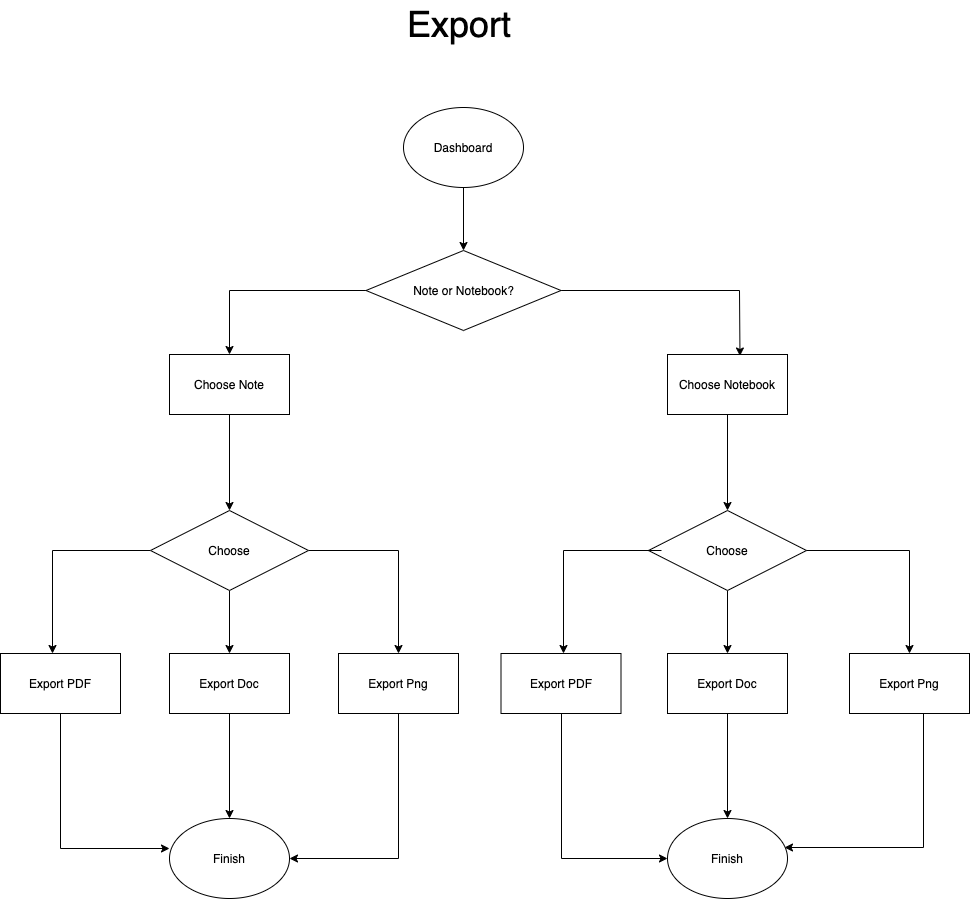
Above: images/00_ideaboard/UserFlows/Export.png in Tgitsit/Portfolio (draw.io), before the change. Source tidied: cells renumbered, new cells last; positions are measured from the earlier drawing's top-left corner, leaving out a move shared by most shapes. The source it was exported from:
```xml
<mxGraphModel>
  <root>
    <mxCell id="0" />
    <mxCell id="1" parent="0" />
    <mxCell id="2" style="edgeStyle=orthogonalEdgeStyle;rounded=0;jettySize=auto;html=1;entryX=0.5;entryY=0;entryDx=0;entryDy=0;" parent="1" edge="1" source="3">
      <mxGeometry relative="1" as="geometry">
        <mxPoint x="463" y="250" as="targetPoint" />
      </mxGeometry>
    </mxCell>
    <mxCell id="3" value="Dashboard" style="ellipse;whiteSpace=wrap;html=1;" parent="1" vertex="1">
      <mxGeometry x="403" y="107" width="120" height="80" as="geometry" />
    </mxCell>
    <mxCell id="4" value="&lt;font style=&quot;font-size: 36px&quot;&gt;Export&lt;/font&gt;" style="text;html=1;align=left;verticalAlign=top;spacingTop=-4;" parent="1" vertex="1">
      <mxGeometry x="404.5" width="130" height="26" as="geometry" />
    </mxCell>
    <mxCell id="5" style="edgeStyle=orthogonalEdgeStyle;rounded=0;jettySize=auto;html=1;exitX=0;exitY=0.5;exitDx=0;exitDy=0;entryX=0.5;entryY=0;entryDx=0;entryDy=0;" parent="1" edge="1" source="7" target="9">
      <mxGeometry relative="1" as="geometry" />
    </mxCell>
    <mxCell id="6" style="edgeStyle=orthogonalEdgeStyle;rounded=0;jettySize=auto;html=1;entryX=0.604;entryY=0.025;entryDx=0;entryDy=0;entryPerimeter=0;" parent="1" edge="1" source="7" target="11">
      <mxGeometry relative="1" as="geometry" />
    </mxCell>
    <mxCell id="7" value="Note or Notebook?" style="rhombus;whiteSpace=wrap;html=1;" parent="1" vertex="1">
      <mxGeometry x="365.5" y="250" width="195" height="80" as="geometry" />
    </mxCell>
    <mxCell id="8" style="edgeStyle=orthogonalEdgeStyle;rounded=0;jettySize=auto;html=1;" parent="1" edge="1" source="9" target="15">
      <mxGeometry relative="1" as="geometry" />
    </mxCell>
    <mxCell id="9" value="Choose Note" style="rounded=0;whiteSpace=wrap;html=1;" parent="1" vertex="1">
      <mxGeometry x="169" y="354" width="120" height="60" as="geometry" />
    </mxCell>
    <mxCell id="10" style="edgeStyle=orthogonalEdgeStyle;rounded=0;jettySize=auto;html=1;" parent="1" edge="1" source="11" target="23">
      <mxGeometry relative="1" as="geometry" />
    </mxCell>
    <mxCell id="11" value="Choose Notebook" style="rounded=0;whiteSpace=wrap;html=1;" parent="1" vertex="1">
      <mxGeometry x="667" y="354" width="120" height="60" as="geometry" />
    </mxCell>
    <mxCell id="12" style="edgeStyle=orthogonalEdgeStyle;rounded=0;jettySize=auto;html=1;exitX=0;exitY=0.5;exitDx=0;exitDy=0;" parent="1" edge="1" source="15">
      <mxGeometry relative="1" as="geometry">
        <mxPoint x="52" y="653" as="targetPoint" />
      </mxGeometry>
    </mxCell>
    <mxCell id="13" style="edgeStyle=orthogonalEdgeStyle;rounded=0;jettySize=auto;html=1;" parent="1" edge="1" source="15" target="21">
      <mxGeometry relative="1" as="geometry" />
    </mxCell>
    <mxCell id="14" style="edgeStyle=orthogonalEdgeStyle;rounded=0;jettySize=auto;html=1;exitX=0.5;exitY=1;exitDx=0;exitDy=0;entryX=0.5;entryY=0;entryDx=0;entryDy=0;" parent="1" edge="1" source="15" target="19">
      <mxGeometry relative="1" as="geometry" />
    </mxCell>
    <mxCell id="15" value="Choose" style="rhombus;whiteSpace=wrap;html=1;" parent="1" vertex="1">
      <mxGeometry x="150" y="510" width="158" height="80" as="geometry" />
    </mxCell>
    <mxCell id="16" style="edgeStyle=orthogonalEdgeStyle;rounded=0;jettySize=auto;html=1;exitX=0.5;exitY=1;exitDx=0;exitDy=0;" parent="1" edge="1" source="17">
      <mxGeometry relative="1" as="geometry">
        <mxPoint x="169" y="848" as="targetPoint" />
        <Array as="points">
          <mxPoint x="60" y="848" />
        </Array>
      </mxGeometry>
    </mxCell>
    <mxCell id="17" value="Export PDF" style="rounded=0;whiteSpace=wrap;html=1;" parent="1" vertex="1">
      <mxGeometry y="653" width="120" height="60" as="geometry" />
    </mxCell>
    <mxCell id="18" style="edgeStyle=orthogonalEdgeStyle;rounded=0;jettySize=auto;html=1;entryX=0.5;entryY=0;entryDx=0;entryDy=0;" parent="1" edge="1" source="19" target="32">
      <mxGeometry relative="1" as="geometry" />
    </mxCell>
    <mxCell id="19" value="Export Doc" style="rounded=0;whiteSpace=wrap;html=1;" parent="1" vertex="1">
      <mxGeometry x="169" y="653" width="120" height="60" as="geometry" />
    </mxCell>
    <mxCell id="20" style="edgeStyle=orthogonalEdgeStyle;rounded=0;jettySize=auto;html=1;entryX=1;entryY=0.5;entryDx=0;entryDy=0;" parent="1" edge="1" source="21" target="32">
      <mxGeometry relative="1" as="geometry">
        <Array as="points">
          <mxPoint x="398" y="858" />
        </Array>
      </mxGeometry>
    </mxCell>
    <mxCell id="21" value="Export Png" style="rounded=0;whiteSpace=wrap;html=1;" parent="1" vertex="1">
      <mxGeometry x="338" y="653" width="120" height="60" as="geometry" />
    </mxCell>
    <mxCell id="22" style="edgeStyle=orthogonalEdgeStyle;rounded=0;jettySize=auto;html=1;exitX=0.5;exitY=1;exitDx=0;exitDy=0;entryX=0.5;entryY=0;entryDx=0;entryDy=0;" parent="1" edge="1" source="23" target="29">
      <mxGeometry relative="1" as="geometry" />
    </mxCell>
    <mxCell id="23" value="Choose" style="rhombus;whiteSpace=wrap;html=1;" parent="1" vertex="1">
      <mxGeometry x="648" y="510" width="158" height="80" as="geometry" />
    </mxCell>
    <mxCell id="24" style="edgeStyle=orthogonalEdgeStyle;rounded=0;orthogonalLoop=1;jettySize=auto;html=1;exitX=0;exitY=0.5;exitDx=0;exitDy=0;" parent="1" edge="1">
      <mxGeometry relative="1" as="geometry">
        <mxPoint x="661" y="550" as="sourcePoint" />
        <mxPoint x="563" y="653" as="targetPoint" />
      </mxGeometry>
    </mxCell>
    <mxCell id="25" style="edgeStyle=orthogonalEdgeStyle;rounded=0;jettySize=auto;html=1;exitX=1;exitY=0.5;exitDx=0;exitDy=0;" parent="1" edge="1" source="23" target="31">
      <mxGeometry relative="1" as="geometry" />
    </mxCell>
    <mxCell id="26" style="edgeStyle=orthogonalEdgeStyle;rounded=0;jettySize=auto;html=1;entryX=0;entryY=0.5;entryDx=0;entryDy=0;" parent="1" edge="1" source="27" target="33">
      <mxGeometry relative="1" as="geometry">
        <Array as="points">
          <mxPoint x="561" y="858" />
        </Array>
      </mxGeometry>
    </mxCell>
    <mxCell id="27" value="Export PDF" style="rounded=0;whiteSpace=wrap;html=1;" parent="1" vertex="1">
      <mxGeometry x="500.5" y="653" width="120" height="60" as="geometry" />
    </mxCell>
    <mxCell id="28" style="edgeStyle=orthogonalEdgeStyle;rounded=0;jettySize=auto;html=1;" parent="1" edge="1" source="29" target="33">
      <mxGeometry relative="1" as="geometry" />
    </mxCell>
    <mxCell id="29" value="Export Doc" style="rounded=0;whiteSpace=wrap;html=1;" parent="1" vertex="1">
      <mxGeometry x="667" y="653" width="120" height="60" as="geometry" />
    </mxCell>
    <mxCell id="30" style="edgeStyle=orthogonalEdgeStyle;rounded=0;jettySize=auto;html=1;entryX=0.971;entryY=0.363;entryDx=0;entryDy=0;entryPerimeter=0;" parent="1" edge="1" source="31" target="33">
      <mxGeometry relative="1" as="geometry">
        <Array as="points">
          <mxPoint x="923" y="847" />
        </Array>
      </mxGeometry>
    </mxCell>
    <mxCell id="31" value="Export Png" style="rounded=0;whiteSpace=wrap;html=1;" parent="1" vertex="1">
      <mxGeometry x="849" y="653" width="120" height="60" as="geometry" />
    </mxCell>
    <mxCell id="32" value="Finish" style="ellipse;whiteSpace=wrap;html=1;" parent="1" vertex="1">
      <mxGeometry x="169" y="818" width="120" height="80" as="geometry" />
    </mxCell>
    <mxCell id="33" value="Finish" style="ellipse;whiteSpace=wrap;html=1;" parent="1" vertex="1">
      <mxGeometry x="667" y="818" width="120" height="80" as="geometry" />
    </mxCell>
  </root>
</mxGraphModel>
```
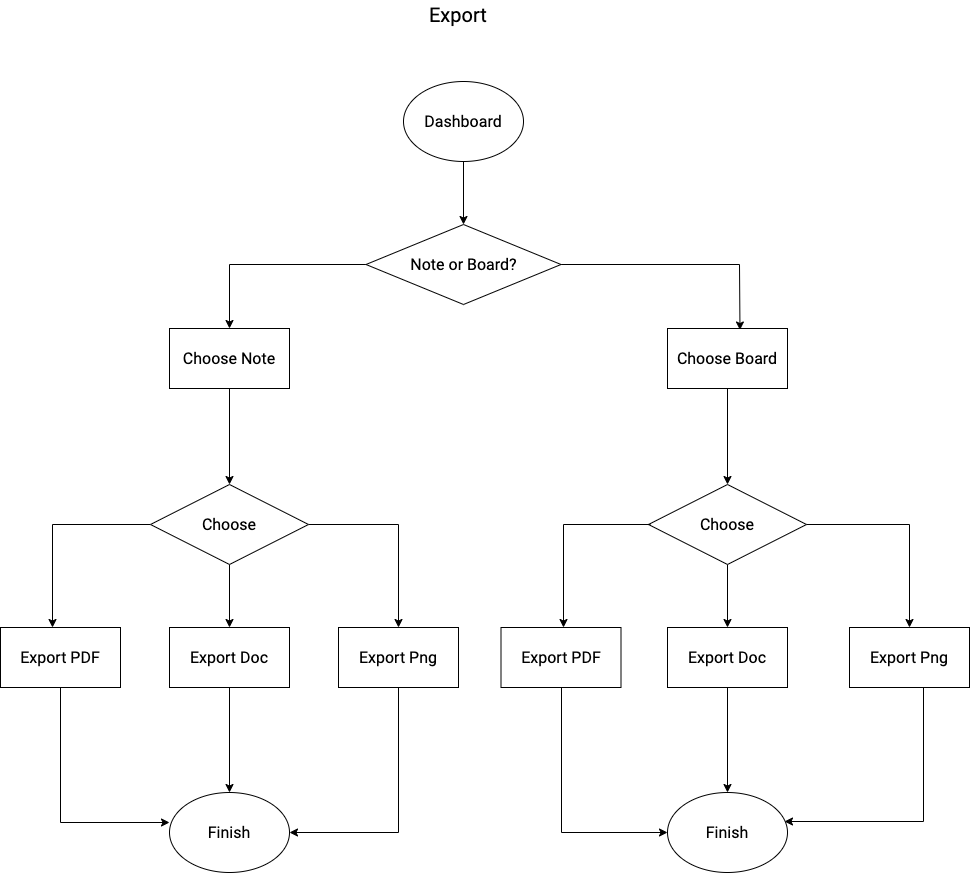
After the commit.

Diff of the diagram source:
```diff
@@ -2,53 +2,53 @@
   <root>
     <mxCell id="0" />
     <mxCell id="1" parent="0" />
-    <mxCell id="2" style="edgeStyle=orthogonalEdgeStyle;rounded=0;jettySize=auto;html=1;entryX=0.5;entryY=0;entryDx=0;entryDy=0;" parent="1" edge="1" source="3">
+    <mxCell id="2" style="edgeStyle=orthogonalEdgeStyle;rounded=0;jettySize=auto;html=1;entryX=0.5;entryY=0;entryDx=0;entryDy=0;fontFamily=Roboto;fontSize=16;" parent="1" edge="1" source="3">
       <mxGeometry relative="1" as="geometry">
         <mxPoint x="463" y="250" as="targetPoint" />
       </mxGeometry>
     </mxCell>
-    <mxCell id="3" value="Dashboard" style="ellipse;whiteSpace=wrap;html=1;" parent="1" vertex="1">
+    <mxCell id="3" value="Dashboard" style="ellipse;whiteSpace=wrap;html=1;fontFamily=Roboto;fontSize=16;" parent="1" vertex="1">
       <mxGeometry x="403" y="107" width="120" height="80" as="geometry" />
     </mxCell>
-    <mxCell id="4" value="&lt;font style=&quot;font-size: 36px&quot;&gt;Export&lt;/font&gt;" style="text;html=1;align=left;verticalAlign=top;spacingTop=-4;" parent="1" vertex="1">
-      <mxGeometry x="404.5" width="130" height="26" as="geometry" />
+    <mxCell id="4" value="&lt;font style=&quot;font-size: 20px;&quot;&gt;Export&lt;/font&gt;" style="text;html=1;align=left;verticalAlign=top;spacingTop=-4;fontFamily=Roboto;fontSize=20;" parent="1" vertex="1">
+      <mxGeometry x="427" y="26" width="78" height="26" as="geometry" />
     </mxCell>
-    <mxCell id="5" style="edgeStyle=orthogonalEdgeStyle;rounded=0;jettySize=auto;html=1;exitX=0;exitY=0.5;exitDx=0;exitDy=0;entryX=0.5;entryY=0;entryDx=0;entryDy=0;" parent="1" edge="1" source="7" target="9">
+    <mxCell id="5" style="edgeStyle=orthogonalEdgeStyle;rounded=0;jettySize=auto;html=1;exitX=0;exitY=0.5;exitDx=0;exitDy=0;entryX=0.5;entryY=0;entryDx=0;entryDy=0;fontFamily=Roboto;fontSize=16;" parent="1" edge="1" source="7" target="9">
       <mxGeometry relative="1" as="geometry" />
     </mxCell>
-    <mxCell id="6" style="edgeStyle=orthogonalEdgeStyle;rounded=0;jettySize=auto;html=1;entryX=0.604;entryY=0.025;entryDx=0;entryDy=0;entryPerimeter=0;" parent="1" edge="1" source="7" target="11">
+    <mxCell id="6" style="edgeStyle=orthogonalEdgeStyle;rounded=0;jettySize=auto;html=1;entryX=0.604;entryY=0.025;entryDx=0;entryDy=0;entryPerimeter=0;fontFamily=Roboto;fontSize=16;" parent="1" edge="1" source="7" target="11">
       <mxGeometry relative="1" as="geometry" />
     </mxCell>
-    <mxCell id="7" value="Note or Notebook?" style="rhombus;whiteSpace=wrap;html=1;" parent="1" vertex="1">
+    <mxCell id="7" value="Note or Board?" style="rhombus;whiteSpace=wrap;html=1;fontFamily=Roboto;fontSize=16;" parent="1" vertex="1">
       <mxGeometry x="365.5" y="250" width="195" height="80" as="geometry" />
     </mxCell>
-    <mxCell id="8" style="edgeStyle=orthogonalEdgeStyle;rounded=0;jettySize=auto;html=1;" parent="1" edge="1" source="9" target="15">
+    <mxCell id="8" style="edgeStyle=orthogonalEdgeStyle;rounded=0;jettySize=auto;html=1;fontFamily=Roboto;fontSize=16;" parent="1" edge="1" source="9" target="15">
       <mxGeometry relative="1" as="geometry" />
     </mxCell>
-    <mxCell id="9" value="Choose Note" style="rounded=0;whiteSpace=wrap;html=1;" parent="1" vertex="1">
+    <mxCell id="9" value="Choose Note" style="rounded=0;whiteSpace=wrap;html=1;fontFamily=Roboto;fontSize=16;" parent="1" vertex="1">
       <mxGeometry x="169" y="354" width="120" height="60" as="geometry" />
     </mxCell>
-    <mxCell id="10" style="edgeStyle=orthogonalEdgeStyle;rounded=0;jettySize=auto;html=1;" parent="1" edge="1" source="11" target="23">
+    <mxCell id="10" style="edgeStyle=orthogonalEdgeStyle;rounded=0;jettySize=auto;html=1;fontFamily=Roboto;fontSize=16;" parent="1" edge="1" source="11" target="23">
       <mxGeometry relative="1" as="geometry" />
     </mxCell>
-    <mxCell id="11" value="Choose Notebook" style="rounded=0;whiteSpace=wrap;html=1;" parent="1" vertex="1">
+    <mxCell id="11" value="Choose Board" style="rounded=0;whiteSpace=wrap;html=1;fontFamily=Roboto;fontSize=16;" parent="1" vertex="1">
       <mxGeometry x="667" y="354" width="120" height="60" as="geometry" />
     </mxCell>
-    <mxCell id="12" style="edgeStyle=orthogonalEdgeStyle;rounded=0;jettySize=auto;html=1;exitX=0;exitY=0.5;exitDx=0;exitDy=0;" parent="1" edge="1" source="15">
+    <mxCell id="12" style="edgeStyle=orthogonalEdgeStyle;rounded=0;jettySize=auto;html=1;exitX=0;exitY=0.5;exitDx=0;exitDy=0;fontFamily=Roboto;fontSize=16;" parent="1" edge="1" source="15">
       <mxGeometry relative="1" as="geometry">
         <mxPoint x="52" y="653" as="targetPoint" />
       </mxGeometry>
     </mxCell>
-    <mxCell id="13" style="edgeStyle=orthogonalEdgeStyle;rounded=0;jettySize=auto;html=1;" parent="1" edge="1" source="15" target="21">
+    <mxCell id="13" style="edgeStyle=orthogonalEdgeStyle;rounded=0;jettySize=auto;html=1;fontFamily=Roboto;fontSize=16;" parent="1" edge="1" source="15" target="21">
       <mxGeometry relative="1" as="geometry" />
     </mxCell>
-    <mxCell id="14" style="edgeStyle=orthogonalEdgeStyle;rounded=0;jettySize=auto;html=1;exitX=0.5;exitY=1;exitDx=0;exitDy=0;entryX=0.5;entryY=0;entryDx=0;entryDy=0;" parent="1" edge="1" source="15" target="19">
+    <mxCell id="14" style="edgeStyle=orthogonalEdgeStyle;rounded=0;jettySize=auto;html=1;exitX=0.5;exitY=1;exitDx=0;exitDy=0;entryX=0.5;entryY=0;entryDx=0;entryDy=0;fontFamily=Roboto;fontSize=16;" parent="1" edge="1" source="15" target="19">
       <mxGeometry relative="1" as="geometry" />
     </mxCell>
-    <mxCell id="15" value="Choose" style="rhombus;whiteSpace=wrap;html=1;" parent="1" vertex="1">
+    <mxCell id="15" value="Choose" style="rhombus;whiteSpace=wrap;html=1;fontFamily=Roboto;fontSize=16;" parent="1" vertex="1">
       <mxGeometry x="150" y="510" width="158" height="80" as="geometry" />
     </mxCell>
-    <mxCell id="16" style="edgeStyle=orthogonalEdgeStyle;rounded=0;jettySize=auto;html=1;exitX=0.5;exitY=1;exitDx=0;exitDy=0;" parent="1" edge="1" source="17">
+    <mxCell id="16" style="edgeStyle=orthogonalEdgeStyle;rounded=0;jettySize=auto;html=1;exitX=0.5;exitY=1;exitDx=0;exitDy=0;fontFamily=Roboto;fontSize=16;" parent="1" edge="1" source="17">
       <mxGeometry relative="1" as="geometry">
         <mxPoint x="169" y="848" as="targetPoint" />
         <Array as="points">
@@ -56,70 +56,70 @@
         </Array>
       </mxGeometry>
     </mxCell>
-    <mxCell id="17" value="Export PDF" style="rounded=0;whiteSpace=wrap;html=1;" parent="1" vertex="1">
+    <mxCell id="17" value="Export PDF" style="rounded=0;whiteSpace=wrap;html=1;fontFamily=Roboto;fontSize=16;" parent="1" vertex="1">
       <mxGeometry y="653" width="120" height="60" as="geometry" />
     </mxCell>
-    <mxCell id="18" style="edgeStyle=orthogonalEdgeStyle;rounded=0;jettySize=auto;html=1;entryX=0.5;entryY=0;entryDx=0;entryDy=0;" parent="1" edge="1" source="19" target="32">
+    <mxCell id="18" style="edgeStyle=orthogonalEdgeStyle;rounded=0;jettySize=auto;html=1;entryX=0.5;entryY=0;entryDx=0;entryDy=0;fontFamily=Roboto;fontSize=16;" parent="1" edge="1" source="19" target="32">
       <mxGeometry relative="1" as="geometry" />
     </mxCell>
-    <mxCell id="19" value="Export Doc" style="rounded=0;whiteSpace=wrap;html=1;" parent="1" vertex="1">
+    <mxCell id="19" value="Export Doc" style="rounded=0;whiteSpace=wrap;html=1;fontFamily=Roboto;fontSize=16;" parent="1" vertex="1">
       <mxGeometry x="169" y="653" width="120" height="60" as="geometry" />
     </mxCell>
-    <mxCell id="20" style="edgeStyle=orthogonalEdgeStyle;rounded=0;jettySize=auto;html=1;entryX=1;entryY=0.5;entryDx=0;entryDy=0;" parent="1" edge="1" source="21" target="32">
+    <mxCell id="20" style="edgeStyle=orthogonalEdgeStyle;rounded=0;jettySize=auto;html=1;entryX=1;entryY=0.5;entryDx=0;entryDy=0;fontFamily=Roboto;fontSize=16;" parent="1" edge="1" source="21" target="32">
       <mxGeometry relative="1" as="geometry">
         <Array as="points">
           <mxPoint x="398" y="858" />
         </Array>
       </mxGeometry>
     </mxCell>
-    <mxCell id="21" value="Export Png" style="rounded=0;whiteSpace=wrap;html=1;" parent="1" vertex="1">
+    <mxCell id="21" value="Export Png" style="rounded=0;whiteSpace=wrap;html=1;fontFamily=Roboto;fontSize=16;" parent="1" vertex="1">
       <mxGeometry x="338" y="653" width="120" height="60" as="geometry" />
     </mxCell>
-    <mxCell id="22" style="edgeStyle=orthogonalEdgeStyle;rounded=0;jettySize=auto;html=1;exitX=0.5;exitY=1;exitDx=0;exitDy=0;entryX=0.5;entryY=0;entryDx=0;entryDy=0;" parent="1" edge="1" source="23" target="29">
+    <mxCell id="22" style="edgeStyle=orthogonalEdgeStyle;rounded=0;jettySize=auto;html=1;exitX=0.5;exitY=1;exitDx=0;exitDy=0;entryX=0.5;entryY=0;entryDx=0;entryDy=0;fontFamily=Roboto;fontSize=16;" parent="1" edge="1" source="23" target="29">
       <mxGeometry relative="1" as="geometry" />
     </mxCell>
-    <mxCell id="23" value="Choose" style="rhombus;whiteSpace=wrap;html=1;" parent="1" vertex="1">
+    <mxCell id="23" value="Choose" style="rhombus;whiteSpace=wrap;html=1;fontFamily=Roboto;fontSize=16;" parent="1" vertex="1">
       <mxGeometry x="648" y="510" width="158" height="80" as="geometry" />
     </mxCell>
-    <mxCell id="24" style="edgeStyle=orthogonalEdgeStyle;rounded=0;orthogonalLoop=1;jettySize=auto;html=1;exitX=0;exitY=0.5;exitDx=0;exitDy=0;" parent="1" edge="1">
+    <mxCell id="24" style="edgeStyle=orthogonalEdgeStyle;rounded=0;orthogonalLoop=1;jettySize=auto;html=1;fontFamily=Roboto;fontSize=16;" parent="1" edge="1">
       <mxGeometry relative="1" as="geometry">
-        <mxPoint x="661" y="550" as="sourcePoint" />
+        <mxPoint x="650" y="550" as="sourcePoint" />
         <mxPoint x="563" y="653" as="targetPoint" />
       </mxGeometry>
     </mxCell>
-    <mxCell id="25" style="edgeStyle=orthogonalEdgeStyle;rounded=0;jettySize=auto;html=1;exitX=1;exitY=0.5;exitDx=0;exitDy=0;" parent="1" edge="1" source="23" target="31">
+    <mxCell id="25" style="edgeStyle=orthogonalEdgeStyle;rounded=0;jettySize=auto;html=1;exitX=1;exitY=0.5;exitDx=0;exitDy=0;fontFamily=Roboto;fontSize=16;" parent="1" edge="1" source="23" target="31">
       <mxGeometry relative="1" as="geometry" />
     </mxCell>
-    <mxCell id="26" style="edgeStyle=orthogonalEdgeStyle;rounded=0;jettySize=auto;html=1;entryX=0;entryY=0.5;entryDx=0;entryDy=0;" parent="1" edge="1" source="27" target="33">
+    <mxCell id="26" style="edgeStyle=orthogonalEdgeStyle;rounded=0;jettySize=auto;html=1;entryX=0;entryY=0.5;entryDx=0;entryDy=0;fontFamily=Roboto;fontSize=16;" parent="1" edge="1" source="27" target="33">
       <mxGeometry relative="1" as="geometry">
         <Array as="points">
           <mxPoint x="561" y="858" />
         </Array>
       </mxGeometry>
     </mxCell>
-    <mxCell id="27" value="Export PDF" style="rounded=0;whiteSpace=wrap;html=1;" parent="1" vertex="1">
+    <mxCell id="27" value="Export PDF" style="rounded=0;whiteSpace=wrap;html=1;fontFamily=Roboto;fontSize=16;" parent="1" vertex="1">
       <mxGeometry x="500.5" y="653" width="120" height="60" as="geometry" />
     </mxCell>
-    <mxCell id="28" style="edgeStyle=orthogonalEdgeStyle;rounded=0;jettySize=auto;html=1;" parent="1" edge="1" source="29" target="33">
+    <mxCell id="28" style="edgeStyle=orthogonalEdgeStyle;rounded=0;jettySize=auto;html=1;fontFamily=Roboto;fontSize=16;" parent="1" edge="1" source="29" target="33">
       <mxGeometry relative="1" as="geometry" />
     </mxCell>
-    <mxCell id="29" value="Export Doc" style="rounded=0;whiteSpace=wrap;html=1;" parent="1" vertex="1">
+    <mxCell id="29" value="Export Doc" style="rounded=0;whiteSpace=wrap;html=1;fontFamily=Roboto;fontSize=16;" parent="1" vertex="1">
       <mxGeometry x="667" y="653" width="120" height="60" as="geometry" />
     </mxCell>
-    <mxCell id="30" style="edgeStyle=orthogonalEdgeStyle;rounded=0;jettySize=auto;html=1;entryX=0.971;entryY=0.363;entryDx=0;entryDy=0;entryPerimeter=0;" parent="1" edge="1" source="31" target="33">
+    <mxCell id="30" style="edgeStyle=orthogonalEdgeStyle;rounded=0;jettySize=auto;html=1;entryX=0.971;entryY=0.363;entryDx=0;entryDy=0;entryPerimeter=0;fontFamily=Roboto;fontSize=16;" parent="1" edge="1" source="31" target="33">
       <mxGeometry relative="1" as="geometry">
         <Array as="points">
           <mxPoint x="923" y="847" />
         </Array>
       </mxGeometry>
     </mxCell>
-    <mxCell id="31" value="Export Png" style="rounded=0;whiteSpace=wrap;html=1;" parent="1" vertex="1">
+    <mxCell id="31" value="Export Png" style="rounded=0;whiteSpace=wrap;html=1;fontFamily=Roboto;fontSize=16;" parent="1" vertex="1">
       <mxGeometry x="849" y="653" width="120" height="60" as="geometry" />
     </mxCell>
-    <mxCell id="32" value="Finish" style="ellipse;whiteSpace=wrap;html=1;" parent="1" vertex="1">
+    <mxCell id="32" value="Finish" style="ellipse;whiteSpace=wrap;html=1;fontFamily=Roboto;fontSize=16;" parent="1" vertex="1">
       <mxGeometry x="169" y="818" width="120" height="80" as="geometry" />
     </mxCell>
-    <mxCell id="33" value="Finish" style="ellipse;whiteSpace=wrap;html=1;" parent="1" vertex="1">
+    <mxCell id="33" value="Finish" style="ellipse;whiteSpace=wrap;html=1;fontFamily=Roboto;fontSize=16;" parent="1" vertex="1">
       <mxGeometry x="667" y="818" width="120" height="80" as="geometry" />
     </mxCell>
   </root>
```
